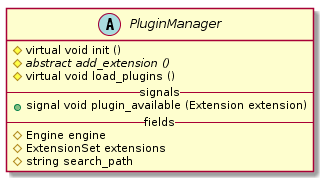
geoffjay/comp8506-docs keeps this PlantUML diagram as report/figures/design/class/core/plugin-manager.png. Above is the earlier version.
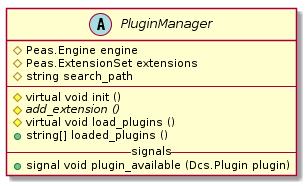
Later version of the same file.

What changed in the source:
```diff
@@ -1,13 +1,14 @@
 @startuml
 abstract class PluginManager {
+    #Peas.Engine engine
+    #Peas.ExtensionSet extensions
+    #string search_path
+    ----
     #virtual void init ()
-    #{abstract}abstract add_extension ()
+    #{abstract} add_extension ()
     #virtual void load_plugins ()
+    +string[] loaded_plugins ()
     --signals--
-    +signal void plugin_available (Extension extension)
-    --fields--
-    #Engine engine
-    #ExtensionSet extensions
-    #string search_path
+    +signal void plugin_available (Dcs.Plugin plugin)
 }
 @enduml
```
